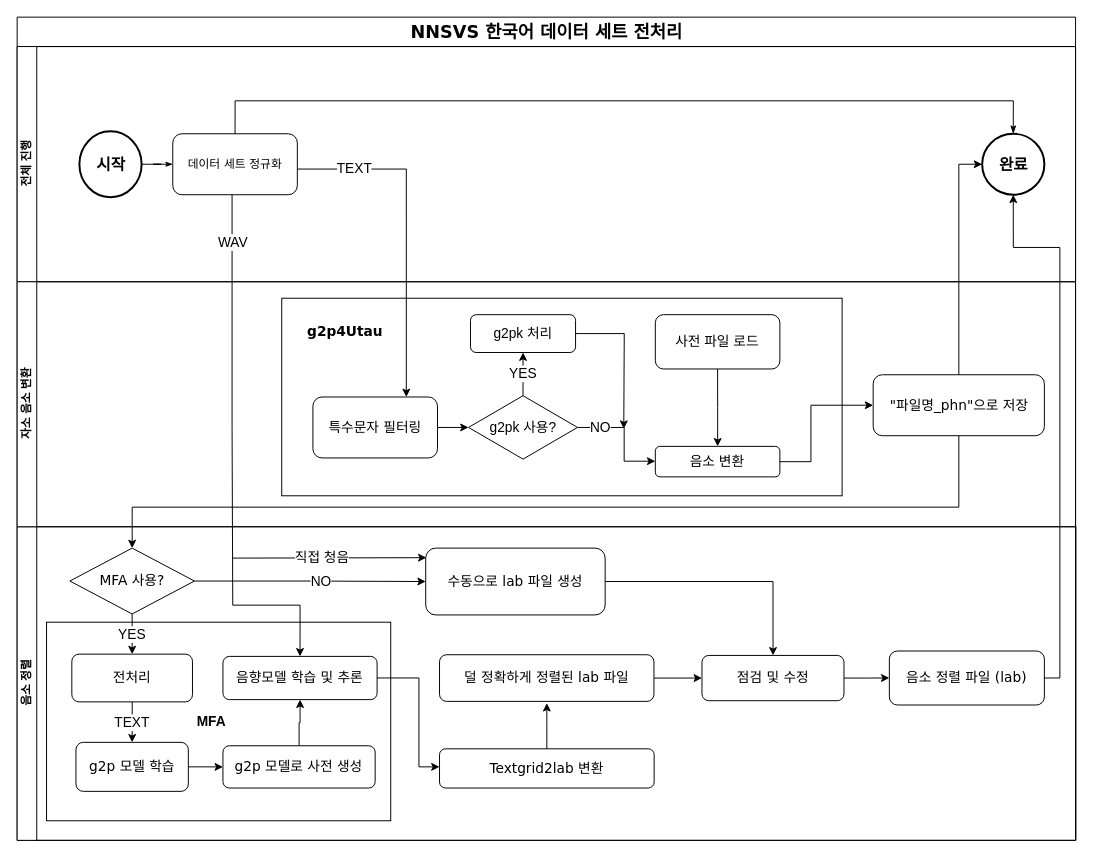
Before: resources/nnsvs-korean-support.drawio in Coda-SVS/nnsvs-korean-support, a draw.io diagram. Source tidied: cells renumbered, new cells numbered last; positions are measured from the earlier drawing's top-left corner, leaving out a move shared by most shapes. Both pictures are drawn from the tidied source at 98%, with x=0, y=0 at pixel (17, 17).
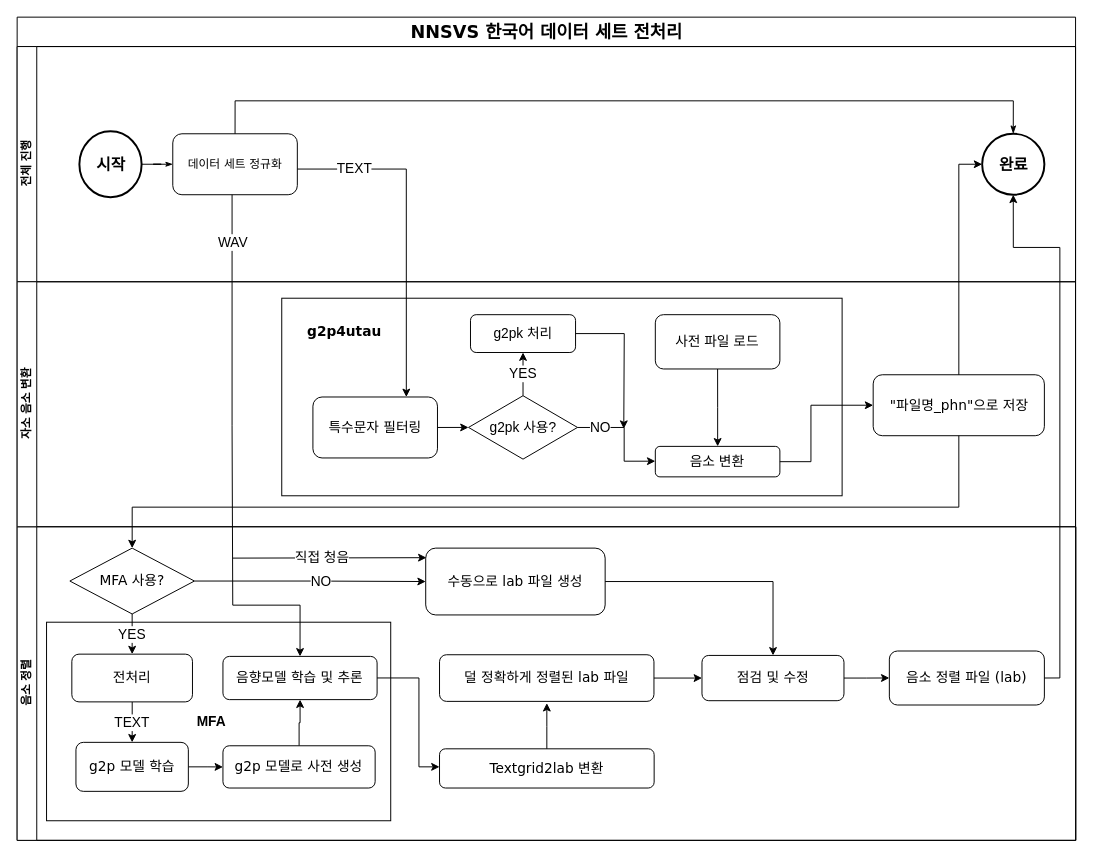
Above is the later version.

Unchanged cells that the change refers to:
```xml
<mxCell id="37" style="group;fontSize=20;" parent="30" vertex="1">
  <mxGeometry x="270" y="16.8" width="571.8" height="201.6" as="geometry" />
</mxCell>
```

What changed in the source:
```diff
@@
-    <mxCell id="38" value="&lt;b style=&quot;font-size: 14px&quot;&gt;&lt;font style=&quot;font-size: 14px&quot;&gt;&amp;nbsp; &amp;nbsp; &amp;nbsp;g2p4Utau&lt;/font&gt;&lt;/b&gt;&lt;b style=&quot;font-size: 14px&quot;&gt;&lt;font style=&quot;font-size: 14px&quot;&gt;&lt;br&gt;&lt;br&gt;&lt;br&gt;&lt;br&gt;&lt;br&gt;&lt;br&gt;&lt;br&gt;&lt;br&gt;&lt;/font&gt;&lt;br&gt;&lt;/b&gt;" style="rounded=1;whiteSpace=wrap;html=1;shadow=0;labelBackgroundColor=none;strokeWidth=1;fontFamily=Verdana;fontSize=8;align=left;arcSize=0;" parent="37" vertex="1">
+    <mxCell id="38" value="&lt;b style=&quot;font-size: 14px&quot;&gt;&lt;font style=&quot;font-size: 14px&quot;&gt;&amp;nbsp; &amp;nbsp; &amp;nbsp;g2p4utau&lt;/font&gt;&lt;/b&gt;&lt;b style=&quot;font-size: 14px&quot;&gt;&lt;font style=&quot;font-size: 14px&quot;&gt;&lt;br&gt;&lt;br&gt;&lt;br&gt;&lt;br&gt;&lt;br&gt;&lt;br&gt;&lt;br&gt;&lt;br&gt;&lt;/font&gt;&lt;br&gt;&lt;/b&gt;" style="rounded=1;whiteSpace=wrap;html=1;shadow=0;labelBackgroundColor=none;strokeWidth=1;fontFamily=Verdana;fontSize=8;align=left;arcSize=0;" parent="37" vertex="1">
       <mxGeometry width="571.8" height="201.6" as="geometry" />
     </mxCell>
```
